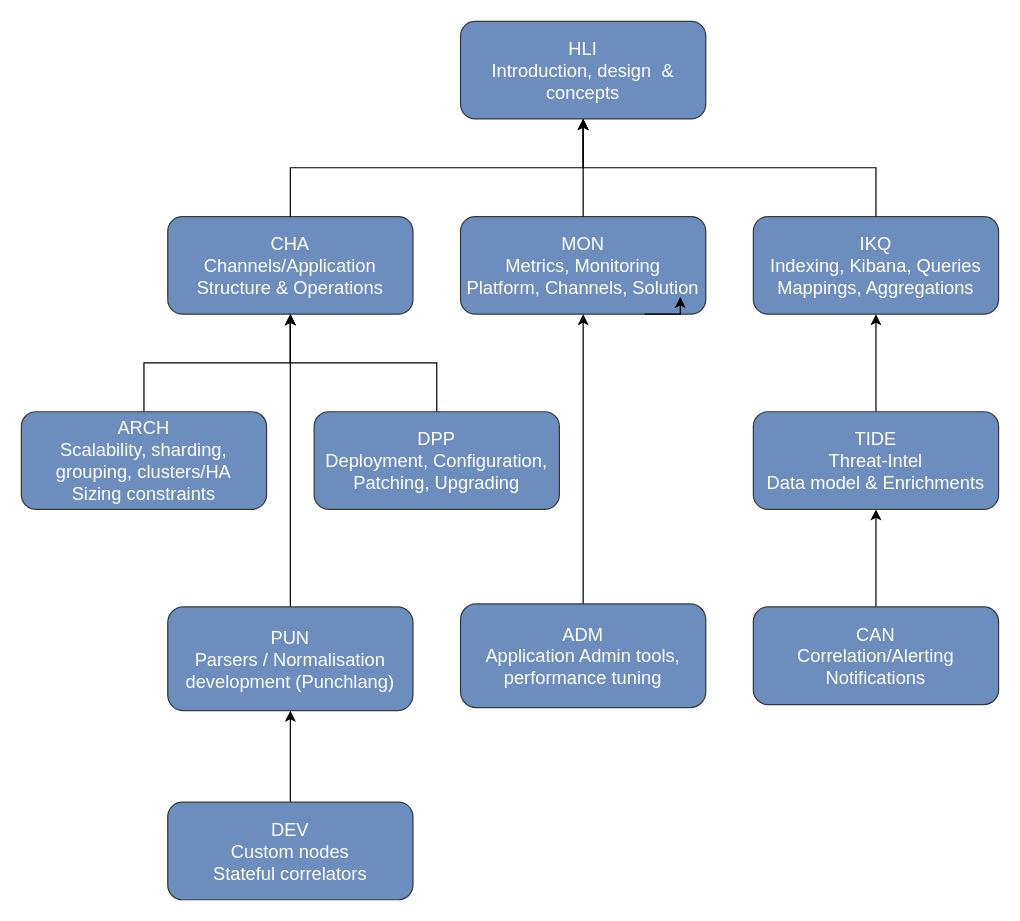
Above: schemas/TrainingUnitsDependencies.drawio in punchplatform/material (draw.io), before the change. Source tidied: cells renumbered, new cells numbered last; positions are measured from the earlier drawing's top-left corner, leaving out a move shared by most shapes. Both pictures are drawn from the tidied source at 122%, with x=0, y=0 at pixel (21, 21).
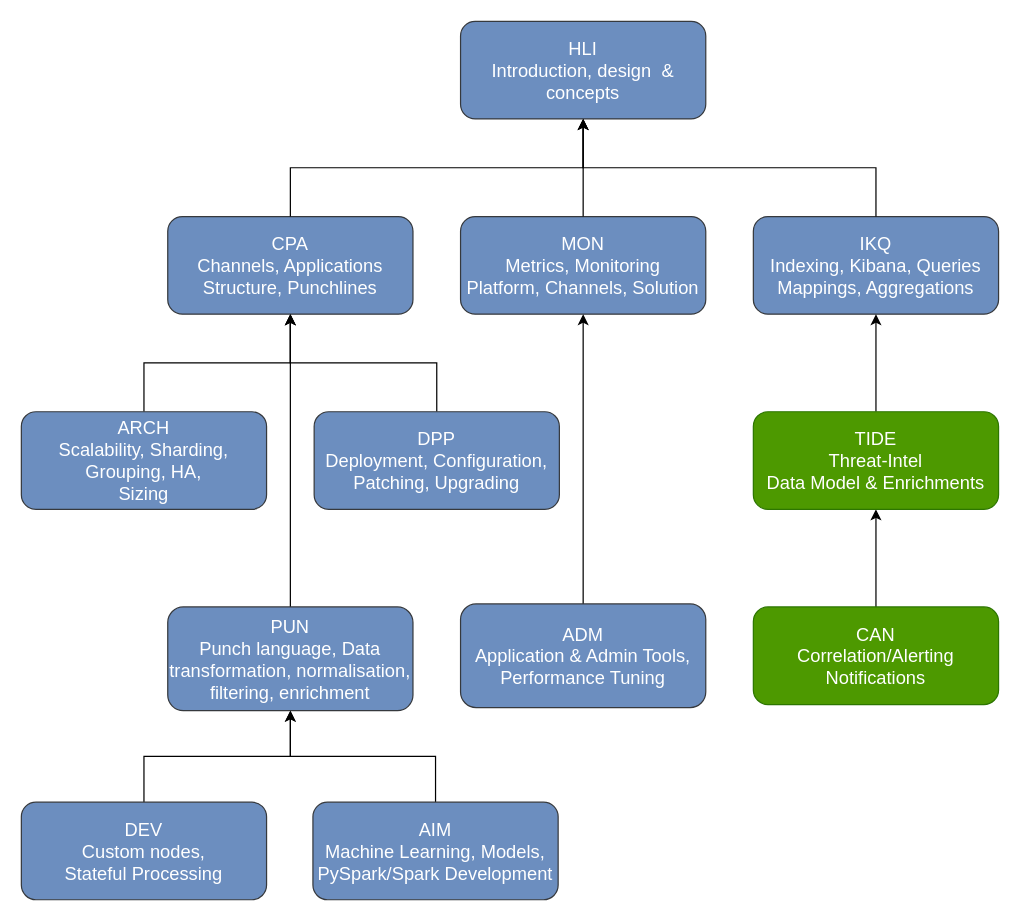
Above is the later version.

The change refers to these unchanged cells:
```xml
<mxCell id="4" style="group;fontSize=15;" parent="1" vertex="1">
  <mxGeometry x="120" y="160" width="201" height="80" as="geometry" />
</mxCell>
<mxCell id="6" style="group;fontSize=15;" parent="1" vertex="1">
  <mxGeometry x="360" y="160" width="201" height="80" as="geometry" />
</mxCell>
<mxCell id="7" value="&lt;div style=&quot;font-size: 15px&quot;&gt;MON&lt;br&gt;Metrics, Monitoring&lt;br&gt;Platform, Channels, Solution&lt;/div&gt;" style="rounded=1;whiteSpace=wrap;html=1;align=center;fillColor=#6C8EBF;strokeColor=#36393d;fontColor=#FFFFFF;fontSize=15;" parent="6" vertex="1">
  <mxGeometry width="201" height="80" as="geometry" />
</mxCell>
```

Diff of the diagram source:
```diff
@@
-    <mxCell id="5" value="&lt;div style=&quot;font-size: 15px&quot;&gt;CHA&lt;br&gt;Channels/Application Structure &amp;amp; Operations&lt;/div&gt;" style="rounded=1;whiteSpace=wrap;html=1;align=center;fillColor=#6C8EBF;strokeColor=#36393d;fontColor=#FFFFFF;fontSize=15;" parent="4" vertex="1">
+    <mxCell id="5" value="&lt;div style=&quot;font-size: 15px&quot;&gt;CPA&lt;br&gt;Channels, Applications Structure, Punchlines&lt;/div&gt;" style="rounded=1;whiteSpace=wrap;html=1;align=center;fillColor=#6C8EBF;strokeColor=#36393d;fontColor=#FFFFFF;fontSize=15;" parent="4" vertex="1">
       <mxGeometry width="201" height="80" as="geometry" />
     </mxCell>
@@
-    <mxCell id="8" style="edgeStyle=orthogonalEdgeStyle;rounded=0;orthogonalLoop=1;jettySize=auto;html=1;exitX=0.75;exitY=1;exitDx=0;exitDy=0;entryX=0.896;entryY=0.824;entryDx=0;entryDy=0;entryPerimeter=0;" parent="6" edge="1" source="7" target="7">
-      <mxGeometry relative="1" as="geometry" />
-    </mxCell>
@@
-    <mxCell id="12" value="&lt;div style=&quot;font-size: 15px&quot;&gt;CAN&lt;br&gt;Correlation/Alerting&lt;br&gt;Notifications&lt;/div&gt;" style="rounded=1;whiteSpace=wrap;html=1;align=center;fillColor=#6C8EBF;strokeColor=#36393d;fontColor=#FFFFFF;fontSize=15;" parent="1" vertex="1">
+    <mxCell id="12" value="&lt;div style=&quot;font-size: 15px&quot;&gt;CAN&lt;br&gt;Correlation/Alerting&lt;br&gt;Notifications&lt;/div&gt;" style="rounded=1;whiteSpace=wrap;html=1;align=center;fillColor=#4D9900;strokeColor=#2D7600;fontSize=15;fontColor=#ffffff;" parent="1" vertex="1">
       <mxGeometry x="600" y="480" width="201" height="80" as="geometry" />
     </mxCell>
@@
-    <mxCell id="14" value="&lt;div style=&quot;font-size: 15px&quot;&gt;TIDE&lt;br&gt;Threat-Intel&lt;br&gt;Data model &amp;amp; Enrichments&lt;/div&gt;" style="rounded=1;whiteSpace=wrap;html=1;align=center;fillColor=#6C8EBF;strokeColor=#36393d;fontColor=#FFFFFF;fontSize=15;" parent="1" vertex="1">
+    <mxCell id="14" value="&lt;div style=&quot;font-size: 15px&quot;&gt;TIDE&lt;br&gt;Threat-Intel&lt;br&gt;Data Model &amp;amp; Enrichments&lt;/div&gt;" style="rounded=1;whiteSpace=wrap;html=1;align=center;fillColor=#4D9900;strokeColor=#2D7600;fontSize=15;fontColor=#ffffff;" parent="1" vertex="1">
       <mxGeometry x="600" y="320" width="201" height="80" as="geometry" />
     </mxCell>
@@
-    <mxCell id="18" value="&lt;div style=&quot;font-size: 15px&quot;&gt;ADM&lt;br&gt;Application Admin tools, performance tuning&lt;/div&gt;" style="rounded=1;whiteSpace=wrap;html=1;align=center;fillColor=#6C8EBF;strokeColor=#36393d;fontColor=#FFFFFF;fontSize=15;" parent="1" vertex="1">
+    <mxCell id="18" value="&lt;div style=&quot;font-size: 15px&quot;&gt;ADM&lt;br&gt;Application &amp;amp; Admin Tools, Performance Tuning&lt;/div&gt;" style="rounded=1;whiteSpace=wrap;html=1;align=center;fillColor=#6C8EBF;strokeColor=#36393d;fontColor=#FFFFFF;fontSize=15;" parent="1" vertex="1">
       <mxGeometry x="360" y="477.5" width="201" height="85" as="geometry" />
     </mxCell>
@@
-    <mxCell id="20" value="&lt;div style=&quot;font-size: 15px&quot;&gt;PUN&lt;br&gt;Parsers / Normalisation development (Punchlang)&lt;/div&gt;" style="rounded=1;whiteSpace=wrap;html=1;align=center;fillColor=#6C8EBF;strokeColor=#36393d;fontColor=#FFFFFF;fontSize=15;" parent="1" vertex="1">
+    <mxCell id="20" value="&lt;div style=&quot;font-size: 15px&quot;&gt;PUN&lt;br&gt;Punch language, Data transformation, normalisation, filtering, enrichment&lt;/div&gt;" style="rounded=1;whiteSpace=wrap;html=1;align=center;fillColor=#6C8EBF;strokeColor=#36393d;fontColor=#FFFFFF;fontSize=15;" parent="1" vertex="1">
       <mxGeometry x="120" y="480" width="201" height="85" as="geometry" />
     </mxCell>
@@
-    <mxCell id="22" value="&lt;div style=&quot;font-size: 15px&quot;&gt;DEV&lt;br&gt;Custom nodes&lt;br&gt;Stateful correlators&lt;br&gt;&lt;/div&gt;" style="rounded=1;whiteSpace=wrap;html=1;align=center;fillColor=#6C8EBF;strokeColor=#36393d;fontColor=#FFFFFF;fontSize=15;" parent="1" vertex="1">
-      <mxGeometry x="120" y="640" width="201" height="80" as="geometry" />
+    <mxCell id="22" value="&lt;div style=&quot;font-size: 15px&quot;&gt;DEV&lt;br&gt;Custom nodes,&lt;br&gt;Stateful Processing&lt;br&gt;&lt;/div&gt;" style="rounded=1;whiteSpace=wrap;html=1;align=center;fillColor=#6C8EBF;strokeColor=#36393d;fontColor=#FFFFFF;fontSize=15;" parent="1" vertex="1">
+      <mxGeometry y="640" width="201" height="80" as="geometry" />
     </mxCell>
@@
-    <mxCell id="26" value="&lt;div style=&quot;font-size: 15px&quot;&gt;ARCH&lt;br&gt;Scalability, sharding, grouping, clusters/HA&lt;br&gt;Sizing constraints&lt;/div&gt;" style="rounded=1;whiteSpace=wrap;html=1;align=center;fillColor=#6C8EBF;strokeColor=#36393d;fontColor=#FFFFFF;fontSize=15;" parent="1" vertex="1">
+    <mxCell id="26" value="&lt;div style=&quot;font-size: 15px&quot;&gt;ARCH&lt;br&gt;Scalability, Sharding, Grouping, HA,&lt;br&gt;Sizing&lt;/div&gt;" style="rounded=1;whiteSpace=wrap;html=1;align=center;fillColor=#6C8EBF;strokeColor=#36393d;fontColor=#FFFFFF;fontSize=15;" parent="1" vertex="1">
       <mxGeometry y="320" width="201" height="80" as="geometry" />
     </mxCell>
@@
+    <mxCell id="28" style="edgeStyle=orthogonalEdgeStyle;rounded=0;jettySize=auto;html=1;" parent="1" edge="1" source="29" target="20">
+      <mxGeometry relative="1" as="geometry" />
+    </mxCell>
+    <mxCell id="29" value="&lt;div style=&quot;font-size: 15px&quot;&gt;AIM&lt;/div&gt;&lt;div style=&quot;font-size: 15px&quot;&gt;Machine Learning, Models,&lt;/div&gt;&lt;div style=&quot;font-size: 15px&quot;&gt;PySpark/Spark Development&lt;/div&gt;" style="rounded=1;whiteSpace=wrap;html=1;align=center;fillColor=#6C8EBF;strokeColor=#36393d;fontColor=#FFFFFF;fontSize=15;" parent="1" vertex="1">
+      <mxGeometry x="239" y="640" width="201" height="80" as="geometry" />
+    </mxCell>
```
